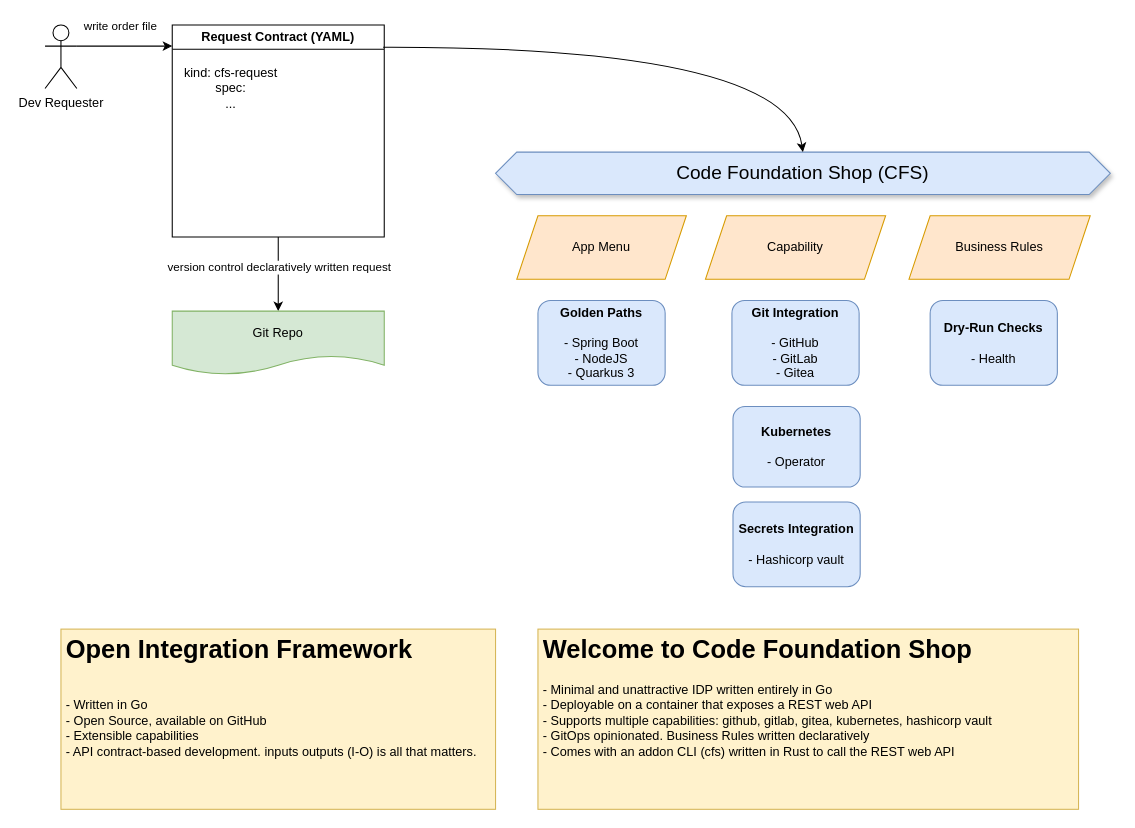
The draw.io diagram page "HLD-arch" (1 of 5) of docs/cfs-prototype.drawio in kevvlvl/idp-cfs, before the edit. Source tidied: cells renumbered, new cells numbered last; positions are measured from the earlier drawing's top-left corner, leaving out a move shared by most shapes. Both pictures are drawn from the tidied source at 106%, with x=0, y=0 at pixel (45, 24).
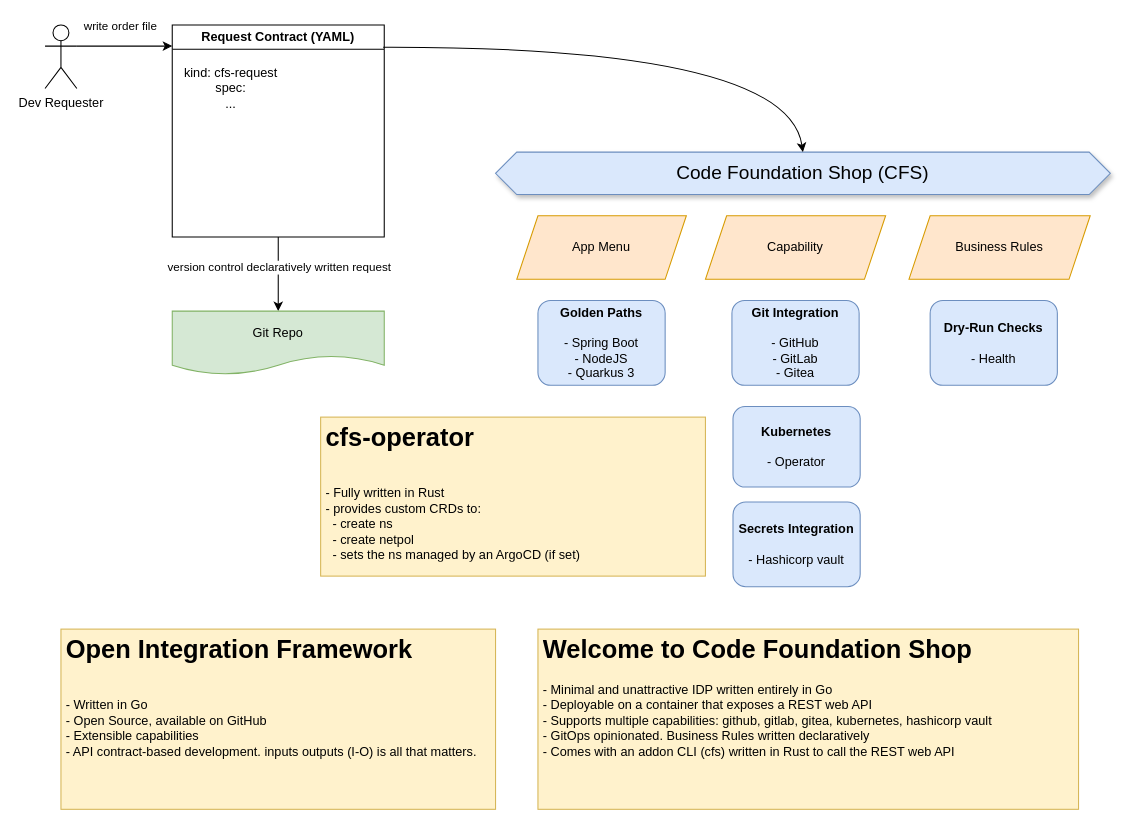
Above is the later version.

What changed in the source:
```diff
@@
+    <mxCell id="22" value="&lt;h1&gt;cfs-operator&lt;/h1&gt;&lt;div&gt;&lt;br&gt;&lt;/div&gt;&lt;div&gt;- Fully written in Rust&lt;/div&gt;&lt;div&gt;- provides custom CRDs to:&lt;/div&gt;&lt;div&gt;&amp;nbsp; - create ns&lt;/div&gt;&lt;div&gt;&amp;nbsp; - create netpol&lt;/div&gt;&lt;div&gt;&amp;nbsp; - sets the ns managed by an ArgoCD (if set)&lt;/div&gt;" style="text;html=1;strokeColor=#d6b656;fillColor=#fff2cc;spacing=5;spacingTop=-20;whiteSpace=wrap;overflow=hidden;rounded=0;" parent="1" vertex="1">
+      <mxGeometry x="260" y="370" width="363" height="150" as="geometry" />
+    </mxCell>
```
